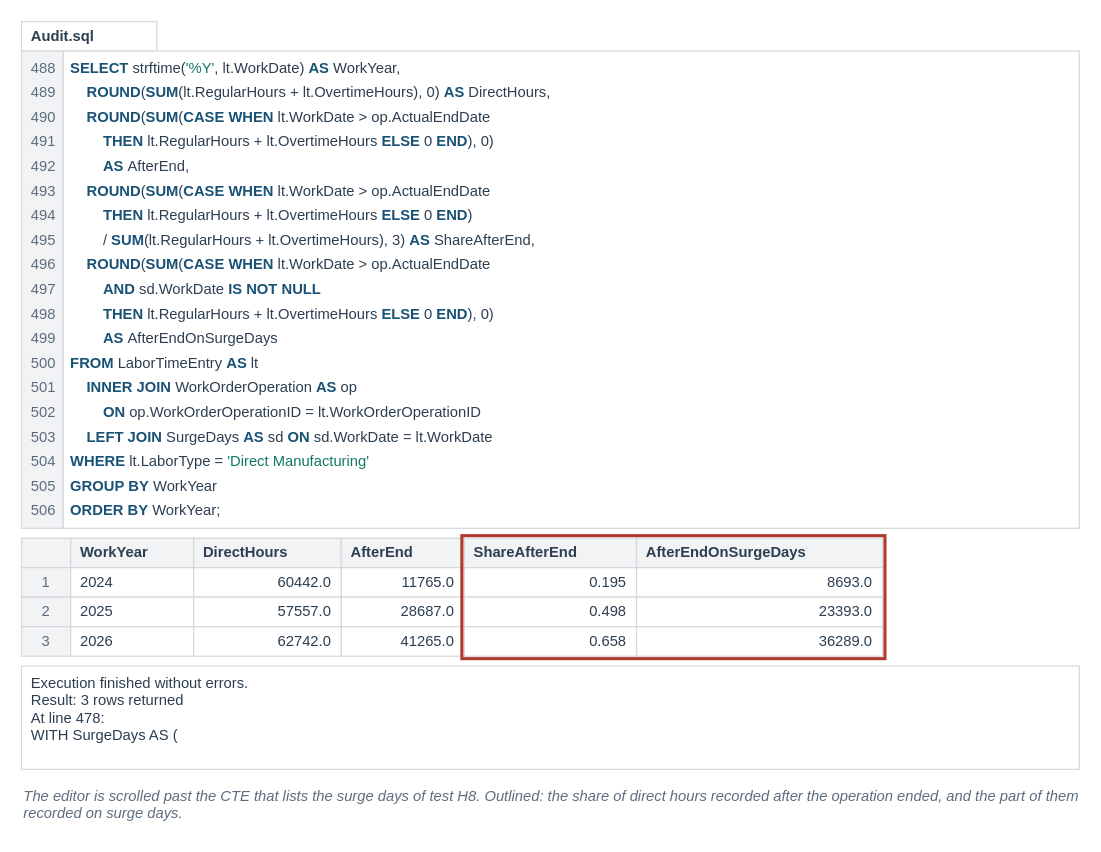
Above: visuals/src/fig-12-10-labor-after-operation-end.drawio in mmcodesso/Accounting_Analytics_Book (draw.io), before the change. Source tidied: cells renumbered, new cells numbered last; positions are measured from the earlier drawing's top-left corner, leaving out a move shared by most shapes. Both pictures are drawn from the tidied source at 123%, with x=0, y=0 at pixel (21, 21).
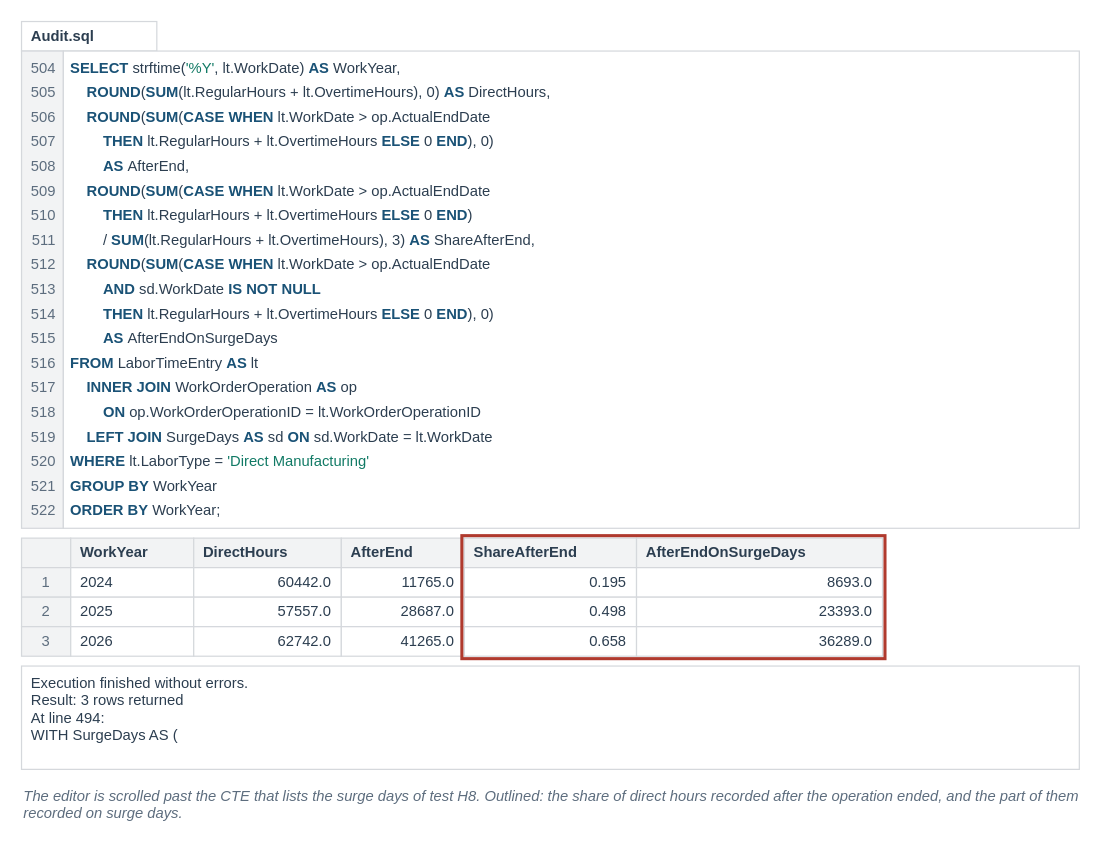
Above is the later version.

The edit, as a diff of the source:
```diff
@@
-    <mxCell id="6" value="488" style="text;html=1;whiteSpace=wrap;align=right;verticalAlign=middle;fontSize=12;fontColor=#5D6D7E;fontStyle=0;fontFamily=Helvetica;spacing=2;fillColor=none;strokeColor=none;" parent="1" vertex="1">
+    <mxCell id="6" value="504" style="text;html=1;whiteSpace=wrap;align=right;verticalAlign=middle;fontSize=12;fontColor=#5D6D7E;fontStyle=0;fontFamily=Helvetica;spacing=2;fillColor=none;strokeColor=none;" parent="1" vertex="1">
       <mxGeometry y="28" width="30" height="20" as="geometry" />
     </mxCell>
@@
-    <mxCell id="8" value="489" style="text;html=1;whiteSpace=wrap;align=right;verticalAlign=middle;fontSize=12;fontColor=#5D6D7E;fontStyle=0;fontFamily=Helvetica;spacing=2;fillColor=none;strokeColor=none;" parent="1" vertex="1">
+    <mxCell id="8" value="505" style="text;html=1;whiteSpace=wrap;align=right;verticalAlign=middle;fontSize=12;fontColor=#5D6D7E;fontStyle=0;fontFamily=Helvetica;spacing=2;fillColor=none;strokeColor=none;" parent="1" vertex="1">
       <mxGeometry y="48" width="30" height="20" as="geometry" />
     </mxCell>
@@
-    <mxCell id="10" value="490" style="text;html=1;whiteSpace=wrap;align=right;verticalAlign=middle;fontSize=12;fontColor=#5D6D7E;fontStyle=0;fontFamily=Helvetica;spacing=2;fillColor=none;strokeColor=none;" parent="1" vertex="1">
+    <mxCell id="10" value="506" style="text;html=1;whiteSpace=wrap;align=right;verticalAlign=middle;fontSize=12;fontColor=#5D6D7E;fontStyle=0;fontFamily=Helvetica;spacing=2;fillColor=none;strokeColor=none;" parent="1" vertex="1">
       <mxGeometry y="68" width="30" height="20" as="geometry" />
     </mxCell>
@@
-    <mxCell id="12" value="491" style="text;html=1;whiteSpace=wrap;align=right;verticalAlign=middle;fontSize=12;fontColor=#5D6D7E;fontStyle=0;fontFamily=Helvetica;spacing=2;fillColor=none;strokeColor=none;" parent="1" vertex="1">
+    <mxCell id="12" value="507" style="text;html=1;whiteSpace=wrap;align=right;verticalAlign=middle;fontSize=12;fontColor=#5D6D7E;fontStyle=0;fontFamily=Helvetica;spacing=2;fillColor=none;strokeColor=none;" parent="1" vertex="1">
       <mxGeometry y="88" width="30" height="20" as="geometry" />
     </mxCell>
@@
-    <mxCell id="14" value="492" style="text;html=1;whiteSpace=wrap;align=right;verticalAlign=middle;fontSize=12;fontColor=#5D6D7E;fontStyle=0;fontFamily=Helvetica;spacing=2;fillColor=none;strokeColor=none;" parent="1" vertex="1">
+    <mxCell id="14" value="508" style="text;html=1;whiteSpace=wrap;align=right;verticalAlign=middle;fontSize=12;fontColor=#5D6D7E;fontStyle=0;fontFamily=Helvetica;spacing=2;fillColor=none;strokeColor=none;" parent="1" vertex="1">
       <mxGeometry y="108" width="30" height="20" as="geometry" />
     </mxCell>
@@
-    <mxCell id="16" value="493" style="text;html=1;whiteSpace=wrap;align=right;verticalAlign=middle;fontSize=12;fontColor=#5D6D7E;fontStyle=0;fontFamily=Helvetica;spacing=2;fillColor=none;strokeColor=none;" parent="1" vertex="1">
+    <mxCell id="16" value="509" style="text;html=1;whiteSpace=wrap;align=right;verticalAlign=middle;fontSize=12;fontColor=#5D6D7E;fontStyle=0;fontFamily=Helvetica;spacing=2;fillColor=none;strokeColor=none;" parent="1" vertex="1">
       <mxGeometry y="128" width="30" height="20" as="geometry" />
     </mxCell>
@@
-    <mxCell id="18" value="494" style="text;html=1;whiteSpace=wrap;align=right;verticalAlign=middle;fontSize=12;fontColor=#5D6D7E;fontStyle=0;fontFamily=Helvetica;spacing=2;fillColor=none;strokeColor=none;" parent="1" vertex="1">
+    <mxCell id="18" value="510" style="text;html=1;whiteSpace=wrap;align=right;verticalAlign=middle;fontSize=12;fontColor=#5D6D7E;fontStyle=0;fontFamily=Helvetica;spacing=2;fillColor=none;strokeColor=none;" parent="1" vertex="1">
       <mxGeometry y="148" width="30" height="20" as="geometry" />
     </mxCell>
@@
-    <mxCell id="20" value="495" style="text;html=1;whiteSpace=wrap;align=right;verticalAlign=middle;fontSize=12;fontColor=#5D6D7E;fontStyle=0;fontFamily=Helvetica;spacing=2;fillColor=none;strokeColor=none;" parent="1" vertex="1">
+    <mxCell id="20" value="511" style="text;html=1;whiteSpace=wrap;align=right;verticalAlign=middle;fontSize=12;fontColor=#5D6D7E;fontStyle=0;fontFamily=Helvetica;spacing=2;fillColor=none;strokeColor=none;" parent="1" vertex="1">
       <mxGeometry y="168" width="30" height="20" as="geometry" />
     </mxCell>
@@
-    <mxCell id="22" value="496" style="text;html=1;whiteSpace=wrap;align=right;verticalAlign=middle;fontSize=12;fontColor=#5D6D7E;fontStyle=0;fontFamily=Helvetica;spacing=2;fillColor=none;strokeColor=none;" parent="1" vertex="1">
+    <mxCell id="22" value="512" style="text;html=1;whiteSpace=wrap;align=right;verticalAlign=middle;fontSize=12;fontColor=#5D6D7E;fontStyle=0;fontFamily=Helvetica;spacing=2;fillColor=none;strokeColor=none;" parent="1" vertex="1">
       <mxGeometry y="188" width="30" height="20" as="geometry" />
     </mxCell>
@@
-    <mxCell id="24" value="497" style="text;html=1;whiteSpace=wrap;align=right;verticalAlign=middle;fontSize=12;fontColor=#5D6D7E;fontStyle=0;fontFamily=Helvetica;spacing=2;fillColor=none;strokeColor=none;" parent="1" vertex="1">
+    <mxCell id="24" value="513" style="text;html=1;whiteSpace=wrap;align=right;verticalAlign=middle;fontSize=12;fontColor=#5D6D7E;fontStyle=0;fontFamily=Helvetica;spacing=2;fillColor=none;strokeColor=none;" parent="1" vertex="1">
       <mxGeometry y="208" width="30" height="20" as="geometry" />
     </mxCell>
@@
-    <mxCell id="26" value="498" style="text;html=1;whiteSpace=wrap;align=right;verticalAlign=middle;fontSize=12;fontColor=#5D6D7E;fontStyle=0;fontFamily=Helvetica;spacing=2;fillColor=none;strokeColor=none;" parent="1" vertex="1">
+    <mxCell id="26" value="514" style="text;html=1;whiteSpace=wrap;align=right;verticalAlign=middle;fontSize=12;fontColor=#5D6D7E;fontStyle=0;fontFamily=Helvetica;spacing=2;fillColor=none;strokeColor=none;" parent="1" vertex="1">
       <mxGeometry y="228" width="30" height="20" as="geometry" />
     </mxCell>
@@
-    <mxCell id="28" value="499" style="text;html=1;whiteSpace=wrap;align=right;verticalAlign=middle;fontSize=12;fontColor=#5D6D7E;fontStyle=0;fontFamily=Helvetica;spacing=2;fillColor=none;strokeColor=none;" parent="1" vertex="1">
+    <mxCell id="28" value="515" style="text;html=1;whiteSpace=wrap;align=right;verticalAlign=middle;fontSize=12;fontColor=#5D6D7E;fontStyle=0;fontFamily=Helvetica;spacing=2;fillColor=none;strokeColor=none;" parent="1" vertex="1">
       <mxGeometry y="248" width="30" height="20" as="geometry" />
     </mxCell>
@@
-    <mxCell id="30" value="500" style="text;html=1;whiteSpace=wrap;align=right;verticalAlign=middle;fontSize=12;fontColor=#5D6D7E;fontStyle=0;fontFamily=Helvetica;spacing=2;fillColor=none;strokeColor=none;" parent="1" vertex="1">
+    <mxCell id="30" value="516" style="text;html=1;whiteSpace=wrap;align=right;verticalAlign=middle;fontSize=12;fontColor=#5D6D7E;fontStyle=0;fontFamily=Helvetica;spacing=2;fillColor=none;strokeColor=none;" parent="1" vertex="1">
       <mxGeometry y="268" width="30" height="20" as="geometry" />
     </mxCell>
@@
-    <mxCell id="32" value="501" style="text;html=1;whiteSpace=wrap;align=right;verticalAlign=middle;fontSize=12;fontColor=#5D6D7E;fontStyle=0;fontFamily=Helvetica;spacing=2;fillColor=none;strokeColor=none;" parent="1" vertex="1">
+    <mxCell id="32" value="517" style="text;html=1;whiteSpace=wrap;align=right;verticalAlign=middle;fontSize=12;fontColor=#5D6D7E;fontStyle=0;fontFamily=Helvetica;spacing=2;fillColor=none;strokeColor=none;" parent="1" vertex="1">
       <mxGeometry y="288" width="30" height="20" as="geometry" />
     </mxCell>
@@
-    <mxCell id="34" value="502" style="text;html=1;whiteSpace=wrap;align=right;verticalAlign=middle;fontSize=12;fontColor=#5D6D7E;fontStyle=0;fontFamily=Helvetica;spacing=2;fillColor=none;strokeColor=none;" parent="1" vertex="1">
+    <mxCell id="34" value="518" style="text;html=1;whiteSpace=wrap;align=right;verticalAlign=middle;fontSize=12;fontColor=#5D6D7E;fontStyle=0;fontFamily=Helvetica;spacing=2;fillColor=none;strokeColor=none;" parent="1" vertex="1">
       <mxGeometry y="308" width="30" height="20" as="geometry" />
     </mxCell>
@@
-    <mxCell id="36" value="503" style="text;html=1;whiteSpace=wrap;align=right;verticalAlign=middle;fontSize=12;fontColor=#5D6D7E;fontStyle=0;fontFamily=Helvetica;spacing=2;fillColor=none;strokeColor=none;" parent="1" vertex="1">
+    <mxCell id="36" value="519" style="text;html=1;whiteSpace=wrap;align=right;verticalAlign=middle;fontSize=12;fontColor=#5D6D7E;fontStyle=0;fontFamily=Helvetica;spacing=2;fillColor=none;strokeColor=none;" parent="1" vertex="1">
       <mxGeometry y="328" width="30" height="20" as="geometry" />
     </mxCell>
@@
-    <mxCell id="38" value="504" style="text;html=1;whiteSpace=wrap;align=right;verticalAlign=middle;fontSize=12;fontColor=#5D6D7E;fontStyle=0;fontFamily=Helvetica;spacing=2;fillColor=none;strokeColor=none;" parent="1" vertex="1">
+    <mxCell id="38" value="520" style="text;html=1;whiteSpace=wrap;align=right;verticalAlign=middle;fontSize=12;fontColor=#5D6D7E;fontStyle=0;fontFamily=Helvetica;spacing=2;fillColor=none;strokeColor=none;" parent="1" vertex="1">
       <mxGeometry y="348" width="30" height="20" as="geometry" />
     </mxCell>
@@
-    <mxCell id="40" value="505" style="text;html=1;whiteSpace=wrap;align=right;verticalAlign=middle;fontSize=12;fontColor=#5D6D7E;fontStyle=0;fontFamily=Helvetica;spacing=2;fillColor=none;strokeColor=none;" parent="1" vertex="1">
+    <mxCell id="40" value="521" style="text;html=1;whiteSpace=wrap;align=right;verticalAlign=middle;fontSize=12;fontColor=#5D6D7E;fontStyle=0;fontFamily=Helvetica;spacing=2;fillColor=none;strokeColor=none;" parent="1" vertex="1">
       <mxGeometry y="368" width="30" height="20" as="geometry" />
     </mxCell>
@@
-    <mxCell id="42" value="506" style="text;html=1;whiteSpace=wrap;align=right;verticalAlign=middle;fontSize=12;fontColor=#5D6D7E;fontStyle=0;fontFamily=Helvetica;spacing=2;fillColor=none;strokeColor=none;" parent="1" vertex="1">
+    <mxCell id="42" value="522" style="text;html=1;whiteSpace=wrap;align=right;verticalAlign=middle;fontSize=12;fontColor=#5D6D7E;fontStyle=0;fontFamily=Helvetica;spacing=2;fillColor=none;strokeColor=none;" parent="1" vertex="1">
       <mxGeometry y="388" width="30" height="20" as="geometry" />
     </mxCell>
@@
-    <mxCell id="68" value="Execution finished without errors.&lt;br&gt;Result: 3 rows returned&lt;br&gt;At line 478:&lt;br&gt;WITH SurgeDays AS (" style="rounded=0;arcSize=6;whiteSpace=wrap;html=1;fillColor=#FFFFFF;strokeColor=#D5D8DC;strokeWidth=1;fontColor=#2C3E50;fontSize=12;fontStyle=0;align=left;verticalAlign=top;fontFamily=Helvetica;spacingLeft=6;spacingRight=6;" parent="1" vertex="1">
+    <mxCell id="68" value="Execution finished without errors.&lt;br&gt;Result: 3 rows returned&lt;br&gt;At line 494:&lt;br&gt;WITH SurgeDays AS (" style="rounded=0;arcSize=6;whiteSpace=wrap;html=1;fillColor=#FFFFFF;strokeColor=#D5D8DC;strokeWidth=1;fontColor=#2C3E50;fontSize=12;fontStyle=0;align=left;verticalAlign=top;fontFamily=Helvetica;spacingLeft=6;spacingRight=6;" parent="1" vertex="1">
       <mxGeometry y="524" width="860" height="84" as="geometry" />
     </mxCell>
```
